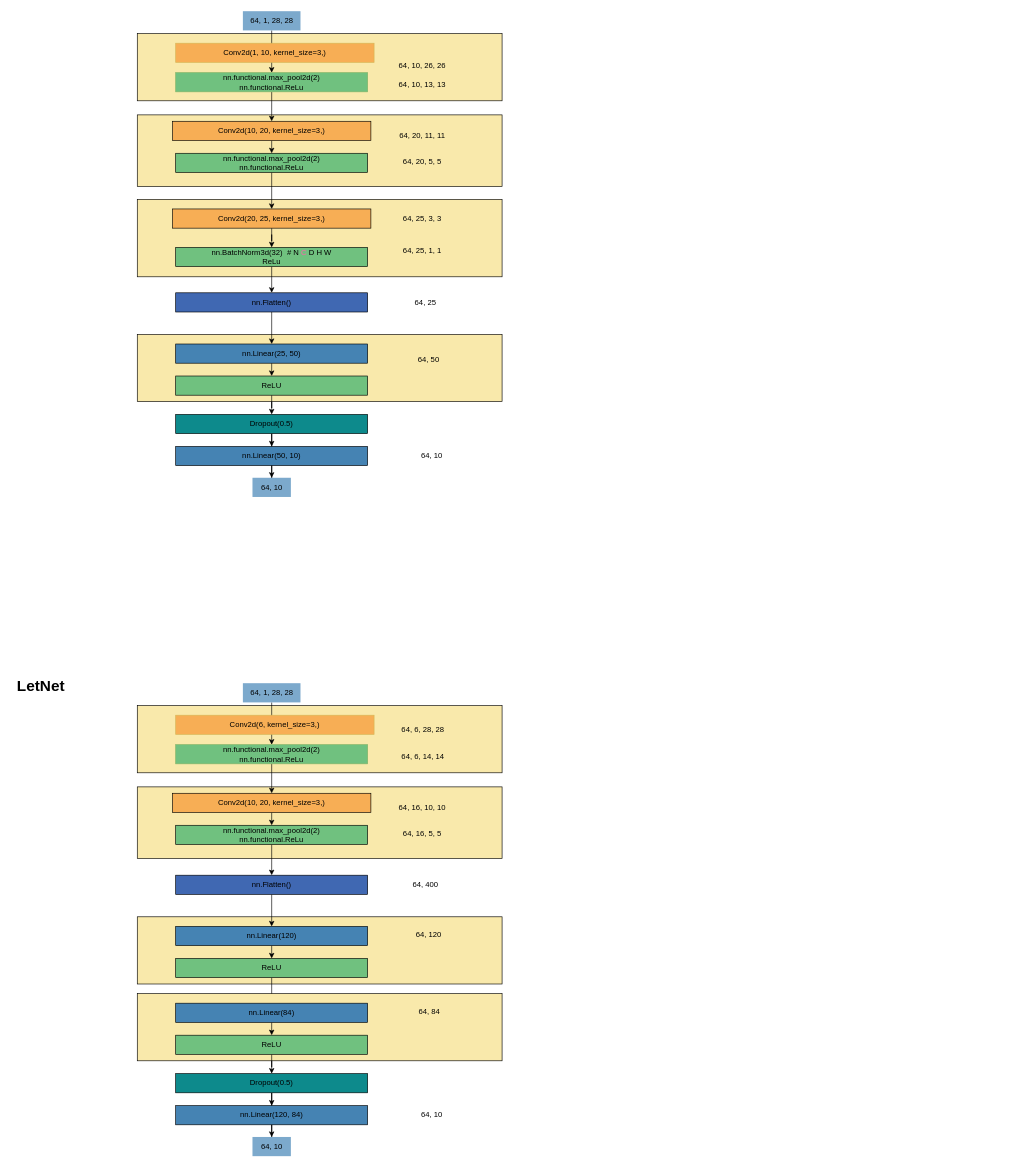
This is postgraduation/23luo_NeuralNetwork.drawio from Thesoul20/daily-work, a draw.io file, before an edit. Source tidied: cells renumbered, new cells numbered last; positions are measured from the earlier drawing's top-left corner, leaving out a move shared by most shapes. Both pictures are drawn from the tidied source at 64%, with x=0, y=0 at pixel (10, 11).
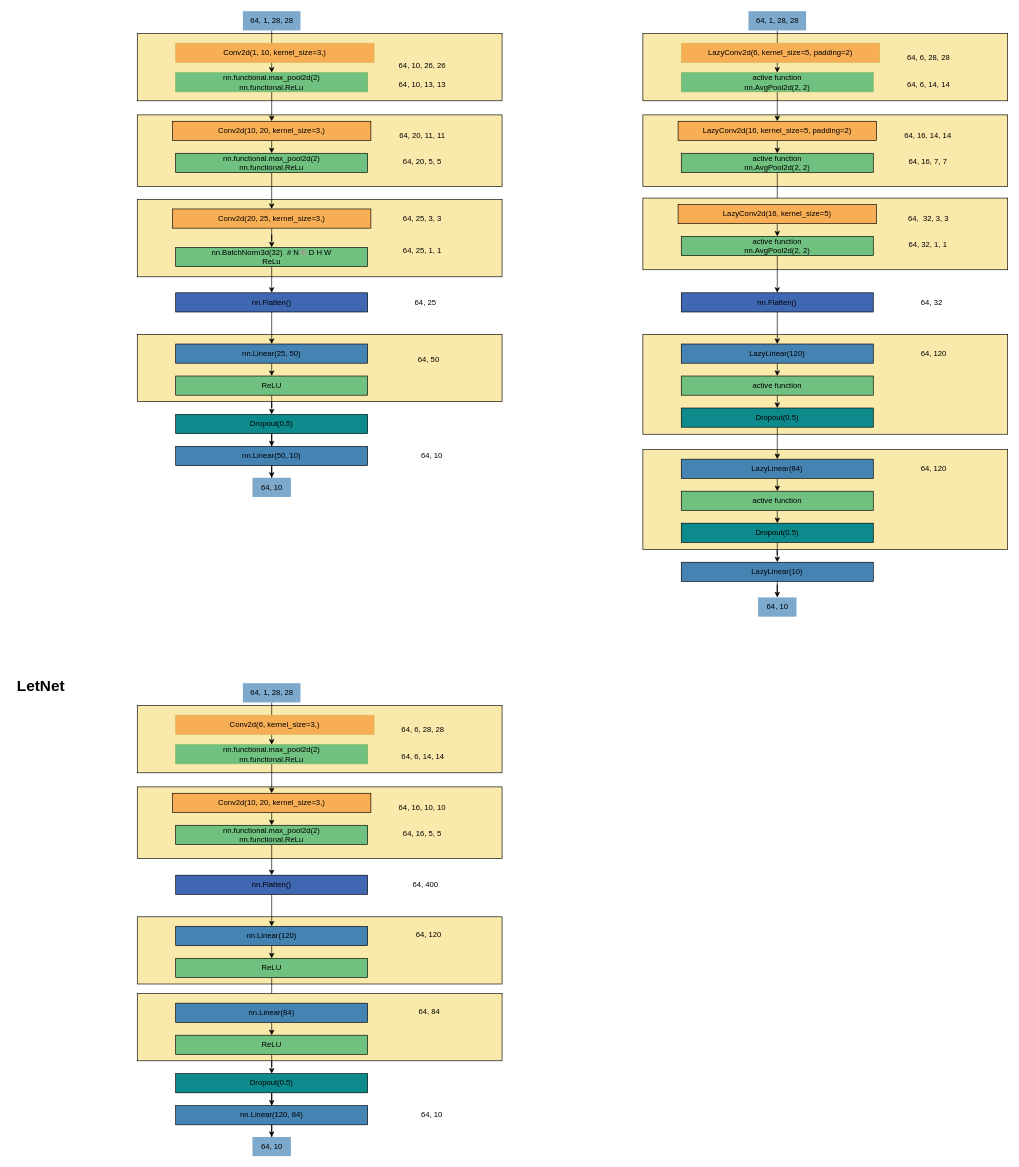
After the change.

Commit message:
complete the design of own CNN with the alternative loss function and  activative function

Change to the diagram source:
```diff
@@
+    <mxCell id="76" style="rounded=0;whiteSpace=wrap;html=1;fillColor=#F9E9AB;" parent="1" vertex="1">
+      <mxGeometry x="988" y="685" width="570" height="156" as="geometry" />
+    </mxCell>
+    <mxCell id="77" style="edgeStyle=orthogonalEdgeStyle;rounded=0;jettySize=auto;html=1;exitX=0.5;exitY=1;exitDx=0;exitDy=0;entryX=0.5;entryY=0;entryDx=0;entryDy=0;" parent="1" edge="1" source="78" target="81">
+      <mxGeometry relative="1" as="geometry" />
+    </mxCell>
+    <mxCell id="78" value="LazyLinear(84)" style="whiteSpace=wrap;html=1;fillColor=#4583B3;" parent="1" vertex="1">
+      <mxGeometry x="1048" y="700" width="300" height="30" as="geometry" />
+    </mxCell>
+    <mxCell id="79" value="64, 120" style="text;html=1;align=center;verticalAlign=middle;strokeColor=none;fillColor=none;" parent="1" vertex="1">
+      <mxGeometry x="1412" y="702" width="60" height="26" as="geometry" />
+    </mxCell>
+    <mxCell id="80" style="edgeStyle=orthogonalEdgeStyle;rounded=0;jettySize=auto;html=1;exitX=0.5;exitY=1;exitDx=0;exitDy=0;entryX=0.5;entryY=0;entryDx=0;entryDy=0;" parent="1" edge="1" source="81" target="83">
+      <mxGeometry relative="1" as="geometry" />
+    </mxCell>
+    <mxCell id="81" value="active function" style="whiteSpace=wrap;html=1;fillColor=#70C17F;" parent="1" vertex="1">
+      <mxGeometry x="1048" y="750" width="300" height="30" as="geometry" />
+    </mxCell>
+    <mxCell id="82" style="edgeStyle=orthogonalEdgeStyle;rounded=0;jettySize=auto;html=1;exitX=0.5;exitY=1;exitDx=0;exitDy=0;" parent="1" edge="1" source="83" target="117">
+      <mxGeometry relative="1" as="geometry" />
+    </mxCell>
+    <mxCell id="83" value="Dropout(0.5)" style="whiteSpace=wrap;html=1;fillColor=#0D8A8C;" parent="1" vertex="1">
+      <mxGeometry x="1048" y="800" width="300" height="30" as="geometry" />
+    </mxCell>
@@
+    <mxCell id="84" style="rounded=0;whiteSpace=wrap;html=1;fillColor=#F9E9AB;" parent="1" vertex="1">
+      <mxGeometry x="988" y="505" width="570" height="156" as="geometry" />
+    </mxCell>
+    <mxCell id="85" style="rounded=0;whiteSpace=wrap;html=1;fillColor=#F9E9AB;" parent="1" vertex="1">
+      <mxGeometry x="988" y="162" width="570" height="112" as="geometry" />
+    </mxCell>
+    <mxCell id="86" style="rounded=0;whiteSpace=wrap;html=1;fillColor=#F9E9AB;" parent="1" vertex="1">
+      <mxGeometry x="988" y="35" width="570" height="105" as="geometry" />
+    </mxCell>
+    <mxCell id="87" style="edgeStyle=orthogonalEdgeStyle;rounded=0;jettySize=auto;html=1;" parent="1" edge="1" source="88" target="91">
+      <mxGeometry relative="1" as="geometry" />
+    </mxCell>
+    <mxCell id="88" value="64, 1, 28, 28" style="text;html=1;align=center;verticalAlign=middle;points=[];strokeColor=none;fillColor=#7CA9CC;" parent="1" vertex="1">
+      <mxGeometry x="1153" width="90" height="30" as="geometry" />
+    </mxCell>
+    <mxCell id="89" value="LazyConv2d(6, kernel_size=5, padding=2)" style="whiteSpace=wrap;html=1;fillColor=#F7AE55;strokeColor=#d6b656;" parent="1" vertex="1">
+      <mxGeometry x="1048" y="50" width="310" height="30" as="geometry" />
+    </mxCell>
+    <mxCell id="90" style="edgeStyle=orthogonalEdgeStyle;rounded=0;jettySize=auto;html=1;" parent="1" edge="1" source="91" target="94">
+      <mxGeometry relative="1" as="geometry" />
+    </mxCell>
+    <mxCell id="91" value="&lt;div&gt;active function&lt;/div&gt;&lt;div&gt;nn.AvgPool2d(2, 2) &lt;br&gt;&lt;/div&gt;" style="whiteSpace=wrap;html=1;fillColor=#70c17f;strokeColor=#82b366;" parent="1" vertex="1">
+      <mxGeometry x="1048" y="96" width="300" height="30" as="geometry" />
+    </mxCell>
+    <mxCell id="92" value="64, 6, 28, 28" style="text;html=1;align=center;verticalAlign=middle;strokeColor=none;fillColor=none;" parent="1" vertex="1">
+      <mxGeometry x="1389" y="60" width="89" height="26" as="geometry" />
+    </mxCell>
+    <mxCell id="93" style="edgeStyle=orthogonalEdgeStyle;rounded=0;jettySize=auto;html=1;exitX=0.5;exitY=1;exitDx=0;exitDy=0;entryX=0.5;entryY=0;entryDx=0;entryDy=0;" parent="1" edge="1" source="94" target="96">
+      <mxGeometry relative="1" as="geometry" />
+    </mxCell>
+    <mxCell id="94" value="LazyConv2d(16, kernel_size=5, padding=2)" style="whiteSpace=wrap;html=1;fillColor=#F7AE55;" parent="1" vertex="1">
+      <mxGeometry x="1043" y="172" width="310" height="30" as="geometry" />
+    </mxCell>
+    <mxCell id="95" style="edgeStyle=orthogonalEdgeStyle;rounded=0;jettySize=auto;html=1;exitX=0.5;exitY=1;exitDx=0;exitDy=0;" parent="1" edge="1" source="96" target="111">
+      <mxGeometry relative="1" as="geometry" />
+    </mxCell>
+    <mxCell id="96" value="&lt;div&gt;active function&lt;/div&gt;&lt;div&gt;nn.AvgPool2d(2, 2) &lt;br&gt;&lt;/div&gt;" style="whiteSpace=wrap;html=1;fillColor=#70C17F;" parent="1" vertex="1">
+      <mxGeometry x="1048" y="222" width="300" height="30" as="geometry" />
+    </mxCell>
+    <mxCell id="97" style="edgeStyle=orthogonalEdgeStyle;rounded=0;jettySize=auto;html=1;exitX=0.5;exitY=1;exitDx=0;exitDy=0;" parent="1" edge="1" source="98" target="101">
+      <mxGeometry relative="1" as="geometry" />
+    </mxCell>
+    <mxCell id="98" value="nn.Flatten()" style="whiteSpace=wrap;html=1;fillColor=#4068B2;" parent="1" vertex="1">
+      <mxGeometry x="1048" y="440" width="300" height="30" as="geometry" />
+    </mxCell>
+    <mxCell id="99" value="64, 32" style="text;html=1;align=center;verticalAlign=middle;strokeColor=none;fillColor=none;" parent="1" vertex="1">
+      <mxGeometry x="1412" y="442" width="53" height="26" as="geometry" />
+    </mxCell>
+    <mxCell id="100" style="edgeStyle=orthogonalEdgeStyle;rounded=0;jettySize=auto;html=1;exitX=0.5;exitY=1;exitDx=0;exitDy=0;entryX=0.5;entryY=0;entryDx=0;entryDy=0;" parent="1" edge="1" source="101" target="104">
+      <mxGeometry relative="1" as="geometry" />
+    </mxCell>
+    <mxCell id="101" value="LazyLinear(120)" style="whiteSpace=wrap;html=1;fillColor=#4583B3;" parent="1" vertex="1">
+      <mxGeometry x="1048" y="520" width="300" height="30" as="geometry" />
+    </mxCell>
+    <mxCell id="102" value="64, 120" style="text;html=1;align=center;verticalAlign=middle;strokeColor=none;fillColor=none;" parent="1" vertex="1">
+      <mxGeometry x="1412" y="522" width="60" height="26" as="geometry" />
+    </mxCell>
+    <mxCell id="103" style="edgeStyle=orthogonalEdgeStyle;rounded=0;jettySize=auto;html=1;exitX=0.5;exitY=1;exitDx=0;exitDy=0;entryX=0.5;entryY=0;entryDx=0;entryDy=0;" parent="1" edge="1" source="104" target="119">
+      <mxGeometry relative="1" as="geometry" />
+    </mxCell>
+    <mxCell id="104" value="active function" style="whiteSpace=wrap;html=1;fillColor=#70C17F;" parent="1" vertex="1">
+      <mxGeometry x="1048" y="570" width="300" height="30" as="geometry" />
+    </mxCell>
+    <mxCell id="105" value="64, 6, 14, 14" style="text;html=1;align=center;verticalAlign=middle;strokeColor=none;fillColor=none;" parent="1" vertex="1">
+      <mxGeometry x="1389" y="102" width="89" height="26" as="geometry" />
+    </mxCell>
+    <mxCell id="106" value="64, 16, 14, 14" style="text;html=1;align=center;verticalAlign=middle;strokeColor=none;fillColor=none;" parent="1" vertex="1">
+      <mxGeometry x="1385" y="182" width="96" height="26" as="geometry" />
+    </mxCell>
+    <mxCell id="107" value="64, 16, 7, 7" style="text;html=1;align=center;verticalAlign=middle;strokeColor=none;fillColor=none;" parent="1" vertex="1">
+      <mxGeometry x="1392" y="222" width="82" height="26" as="geometry" />
+    </mxCell>
+    <mxCell id="108" value="64, 10" style="text;html=1;align=center;verticalAlign=middle;points=[];strokeColor=none;fillColor=#7CA9CC;" parent="1" vertex="1">
+      <mxGeometry x="1168" y="916" width="60" height="30" as="geometry" />
+    </mxCell>
+    <mxCell id="109" style="rounded=0;whiteSpace=wrap;html=1;fillColor=#F9E9AB;" parent="1" vertex="1">
+      <mxGeometry x="988" y="292" width="570" height="112" as="geometry" />
+    </mxCell>
+    <mxCell id="110" style="edgeStyle=orthogonalEdgeStyle;rounded=0;jettySize=auto;html=1;exitX=0.5;exitY=1;exitDx=0;exitDy=0;entryX=0.5;entryY=0;entryDx=0;entryDy=0;" parent="1" edge="1" source="111" target="113">
+      <mxGeometry relative="1" as="geometry" />
+    </mxCell>
+    <mxCell id="111" value="LazyConv2d(16, kernel_size=5)" style="whiteSpace=wrap;html=1;fillColor=#F7AE55;" parent="1" vertex="1">
+      <mxGeometry x="1043" y="302" width="310" height="30" as="geometry" />
+    </mxCell>
+    <mxCell id="112" style="edgeStyle=orthogonalEdgeStyle;rounded=0;jettySize=auto;html=1;exitX=0.5;exitY=1;exitDx=0;exitDy=0;" parent="1" edge="1" source="113" target="98">
+      <mxGeometry relative="1" as="geometry" />
+    </mxCell>
+    <mxCell id="113" value="&lt;div&gt;active function&lt;/div&gt;&lt;div&gt;nn.AvgPool2d(2, 2) &lt;br&gt;&lt;/div&gt;" style="whiteSpace=wrap;html=1;fillColor=#70C17F;" parent="1" vertex="1">
+      <mxGeometry x="1048" y="352" width="300" height="30" as="geometry" />
+    </mxCell>
+    <mxCell id="114" value="64,&amp;nbsp; 32, 3, 3" style="text;html=1;align=center;verticalAlign=middle;strokeColor=none;fillColor=none;" parent="1" vertex="1">
+      <mxGeometry x="1390" y="312" width="87" height="26" as="geometry" />
+    </mxCell>
+    <mxCell id="115" value="64, 32, 1, 1" style="text;html=1;align=center;verticalAlign=middle;strokeColor=none;fillColor=none;" parent="1" vertex="1">
+      <mxGeometry x="1392" y="352" width="82" height="26" as="geometry" />
+    </mxCell>
+    <mxCell id="116" style="edgeStyle=orthogonalEdgeStyle;rounded=0;jettySize=auto;html=1;exitX=0.5;exitY=1;exitDx=0;exitDy=0;" parent="1" edge="1" source="117" target="108">
+      <mxGeometry relative="1" as="geometry" />
+    </mxCell>
+    <mxCell id="117" value="LazyLinear(10)" style="whiteSpace=wrap;html=1;fillColor=#4583B3;" parent="1" vertex="1">
+      <mxGeometry x="1048" y="861" width="300" height="30" as="geometry" />
+    </mxCell>
+    <mxCell id="118" style="edgeStyle=orthogonalEdgeStyle;rounded=0;jettySize=auto;html=1;exitX=0.5;exitY=1;exitDx=0;exitDy=0;" parent="1" edge="1" source="119" target="78">
+      <mxGeometry relative="1" as="geometry" />
+    </mxCell>
+    <mxCell id="119" value="Dropout(0.5)" style="whiteSpace=wrap;html=1;fillColor=#0D8A8C;" parent="1" vertex="1">
+      <mxGeometry x="1048" y="620" width="300" height="30" as="geometry" />
+    </mxCell>
```
